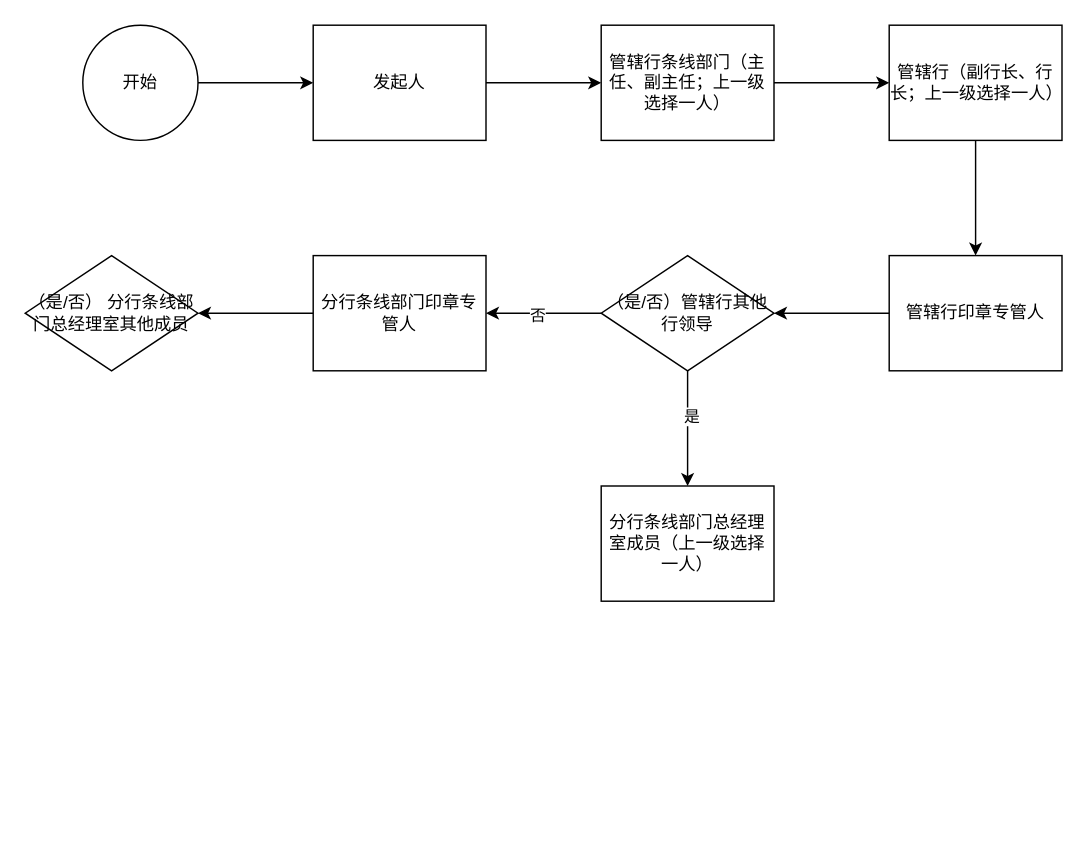
ILdove/Hawk-Fast-Work keeps this draw.io diagram as 网点行发起.drawio. Above is the earlier version. Source tidied: cells renumbered, new cells numbered last; positions are measured from the earlier drawing's top-left corner, leaving out a move shared by most shapes. Both pictures are drawn from the tidied source at 144%, with x=0, y=0 at pixel (24, 24).
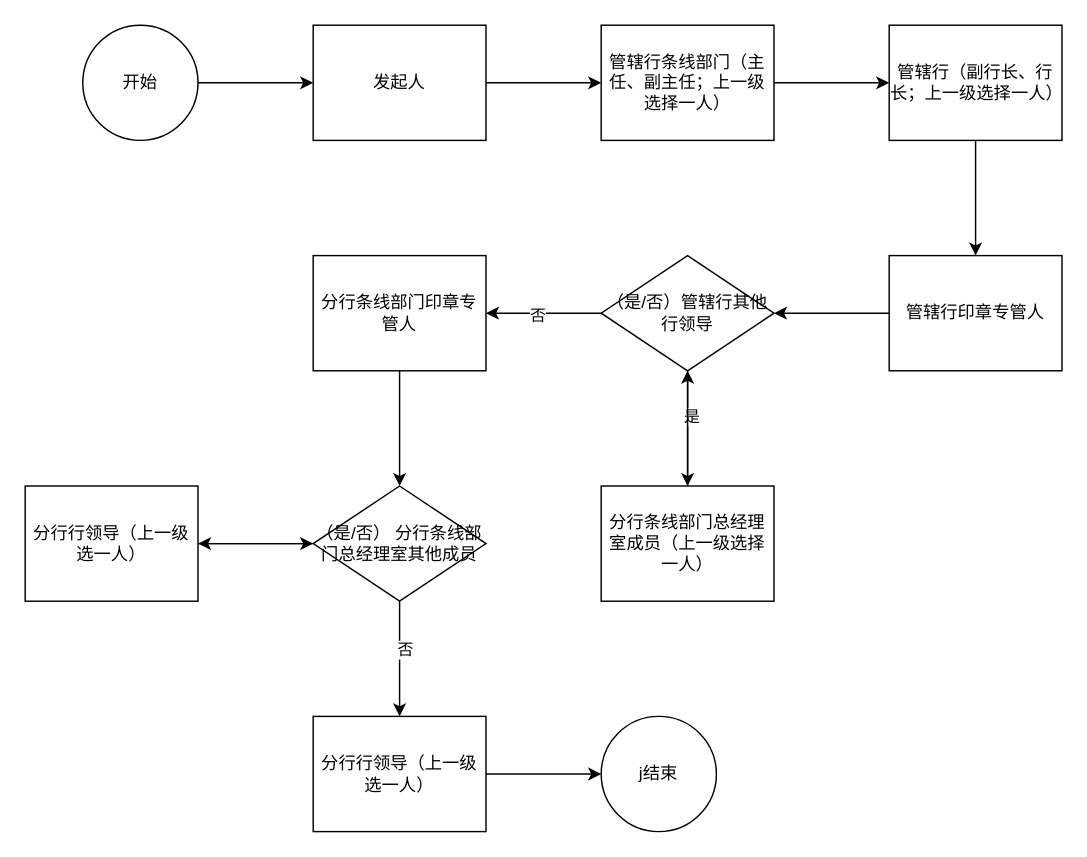
Above is the later version.

Commit message (it also covers changes not shown here):
更新网点行发起.drawio

The change refers to these unchanged cells:
```xml
<mxCell id="17" value="&lt;p class=&quot;MsoNormal&quot;&gt;分行条线部门总经理室成员（上一级选择一人）&lt;br&gt;&lt;/p&gt;" style="rounded=0;whiteSpace=wrap;html=1;" parent="1" vertex="1">
  <mxGeometry x="400" y="320" width="120" height="80" as="geometry" />
</mxCell>
<mxCell id="19" value="&lt;p class=&quot;MsoNormal&quot;&gt;&lt;font face=&quot;宋体&quot;&gt;分行条线部门印章专管人&lt;/font&gt;&lt;/p&gt;" style="rounded=0;whiteSpace=wrap;html=1;" parent="1" vertex="1">
  <mxGeometry x="200" y="160" width="120" height="80" as="geometry" />
</mxCell>
```

Diff of the diagram source:
```diff
@@
+    <mxCell id="21" style="edgeStyle=orthogonalEdgeStyle;rounded=0;jettySize=auto;html=1;" parent="1" edge="1" source="17">
+      <mxGeometry relative="1" as="geometry">
+        <mxPoint x="460" y="240" as="targetPoint" />
+      </mxGeometry>
+    </mxCell>
@@
-    <mxCell id="18" style="edgeStyle=orthogonalEdgeStyle;rounded=0;jettySize=auto;html=1;entryX=1;entryY=0.5;entryDx=0;entryDy=0;" parent="1" edge="1" source="19" target="20">
+    <mxCell id="18" style="edgeStyle=orthogonalEdgeStyle;rounded=0;jettySize=auto;html=1;entryX=0.5;entryY=0;entryDx=0;entryDy=0;" parent="1" edge="1" source="19" target="20">
       <mxGeometry relative="1" as="geometry" />
     </mxCell>
@@
+    <mxCell id="22" style="edgeStyle=orthogonalEdgeStyle;rounded=0;jettySize=auto;html=1;" parent="1" edge="1" source="20" target="26">
+      <mxGeometry relative="1" as="geometry" />
+    </mxCell>
+    <mxCell id="23" style="edgeStyle=orthogonalEdgeStyle;rounded=0;jettySize=auto;html=1;entryX=0.5;entryY=0;entryDx=0;entryDy=0;" parent="1" edge="1" source="20" target="28">
+      <mxGeometry relative="1" as="geometry" />
+    </mxCell>
+    <mxCell id="24" value="否" style="edgeLabel;html=1;align=center;verticalAlign=middle;" parent="23" vertex="1">
+      <mxGeometry x="-0.17" y="3" relative="1" as="geometry" />
+    </mxCell>
     <mxCell id="20" value="&lt;p class=&quot;MsoNormal&quot;&gt;&lt;font face=&quot;宋体&quot;&gt;（是&lt;/font&gt;&lt;font face=&quot;宋体&quot;&gt;/否） 分行条线部门总经理室其他成员&lt;/font&gt;&lt;/p&gt;" style="rhombus;whiteSpace=wrap;html=1;" parent="1" vertex="1">
-      <mxGeometry y="160" width="120" height="80" as="geometry" />
+      <mxGeometry x="200" y="320" width="120" height="80" as="geometry" />
     </mxCell>
+    <mxCell id="25" style="edgeStyle=orthogonalEdgeStyle;rounded=0;jettySize=auto;html=1;entryX=0;entryY=0.5;entryDx=0;entryDy=0;" parent="1" edge="1" source="26" target="20">
+      <mxGeometry relative="1" as="geometry" />
+    </mxCell>
+    <mxCell id="26" value="&lt;p class=&quot;MsoNormal&quot;&gt;分行行领导（上一级选一人）&lt;/p&gt;" style="rounded=0;whiteSpace=wrap;html=1;" parent="1" vertex="1">
+      <mxGeometry y="320" width="120" height="80" as="geometry" />
+    </mxCell>
+    <mxCell id="27" style="edgeStyle=orthogonalEdgeStyle;rounded=0;jettySize=auto;html=1;entryX=0;entryY=0.5;entryDx=0;entryDy=0;" parent="1" edge="1" source="28" target="29">
+      <mxGeometry relative="1" as="geometry" />
+    </mxCell>
+    <mxCell id="28" value="分行行领导（上一级选一人）" style="rounded=0;whiteSpace=wrap;html=1;" parent="1" vertex="1">
+      <mxGeometry x="200" y="480" width="120" height="80" as="geometry" />
+    </mxCell>
+    <mxCell id="29" value="j结束" style="ellipse;whiteSpace=wrap;html=1;" parent="1" vertex="1">
+      <mxGeometry x="400" y="480" width="80" height="80" as="geometry" />
+    </mxCell>
```
